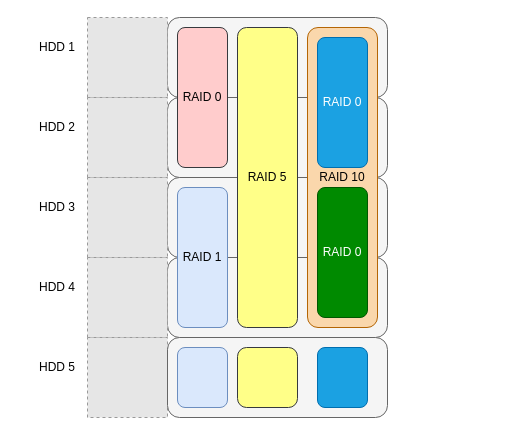
Above: lesson_02/.images/schema.drawio in che-a/otus-pro-linux-admin (draw.io), before the change. Source tidied: cells renumbered, new cells numbered last; positions are measured from the earlier drawing's top-left corner, leaving out a move shared by most shapes. Both pictures are drawn from the tidied source at 100%, with x=0, y=0 at pixel (17, 17). Pictures stored in the file or linked from it are replaced by grey dashed boxes.
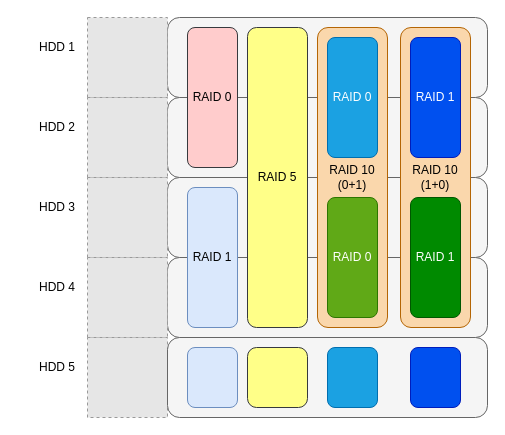
The same diagram, later.

Diff of the diagram source:
```diff
@@
     <mxCell id="2" style="rounded=1;whiteSpace=wrap;html=1;fillColor=#f5f5f5;strokeColor=#666666;fontColor=#333333;" parent="1" vertex="1">
-      <mxGeometry x="150" y="240" width="220" height="80" as="geometry" />
+      <mxGeometry x="150" y="240" width="320" height="80" as="geometry" />
     </mxCell>
     <mxCell id="3" style="rounded=1;whiteSpace=wrap;html=1;fillColor=#f5f5f5;strokeColor=#666666;fontColor=#333333;" parent="1" vertex="1">
-      <mxGeometry x="150" width="220" height="80" as="geometry" />
+      <mxGeometry x="150" width="320" height="80" as="geometry" />
     </mxCell>
     <mxCell id="4" style="rounded=1;whiteSpace=wrap;html=1;fillColor=#f5f5f5;strokeColor=#666666;fontColor=#333333;" parent="1" vertex="1">
-      <mxGeometry x="150" y="80" width="220" height="80" as="geometry" />
+      <mxGeometry x="150" y="80" width="320" height="80" as="geometry" />
     </mxCell>
     <mxCell id="5" style="rounded=1;whiteSpace=wrap;html=1;fillColor=#f5f5f5;strokeColor=#666666;fontColor=#333333;" parent="1" vertex="1">
-      <mxGeometry x="150" y="160" width="220" height="80" as="geometry" />
+      <mxGeometry x="150" y="160" width="320" height="80" as="geometry" />
     </mxCell>
-    <mxCell id="6" value="RAID 10" style="rounded=1;whiteSpace=wrap;html=1;fillColor=#fad7ac;strokeColor=#b46504;" parent="1" vertex="1">
-      <mxGeometry x="290" y="10" width="70" height="300" as="geometry" />
+    <mxCell id="6" value="RAID 10 (0+1)" style="rounded=1;whiteSpace=wrap;html=1;fillColor=#fad7ac;strokeColor=#b46504;" parent="1" vertex="1">
+      <mxGeometry x="300" y="10" width="70" height="300" as="geometry" />
     </mxCell>
@@
     <mxCell id="15" value="RAID 0" style="rounded=1;whiteSpace=wrap;html=1;fillColor=#ffcccc;strokeColor=#36393d;" parent="1" vertex="1">
-      <mxGeometry x="160" y="10" width="50" height="140" as="geometry" />
+      <mxGeometry x="170" y="10" width="50" height="140" as="geometry" />
     </mxCell>
     <mxCell id="16" value="RAID 1" style="rounded=1;whiteSpace=wrap;html=1;fillColor=#dae8fc;strokeColor=#6c8ebf;" parent="1" vertex="1">
-      <mxGeometry x="160" y="170" width="50" height="140" as="geometry" />
+      <mxGeometry x="170" y="170" width="50" height="140" as="geometry" />
     </mxCell>
     <mxCell id="17" value="RAID 5" style="rounded=1;whiteSpace=wrap;html=1;fillColor=#ffff88;strokeColor=#36393d;" parent="1" vertex="1">
-      <mxGeometry x="220" y="10" width="60" height="300" as="geometry" />
+      <mxGeometry x="230" y="10" width="60" height="300" as="geometry" />
     </mxCell>
@@
     <mxCell id="19" style="rounded=1;whiteSpace=wrap;html=1;fillColor=#f5f5f5;strokeColor=#666666;fontColor=#333333;" parent="1" vertex="1">
-      <mxGeometry x="150" y="320" width="220" height="80" as="geometry" />
+      <mxGeometry x="150" y="320" width="320" height="80" as="geometry" />
     </mxCell>
@@
     <mxCell id="21" style="rounded=1;whiteSpace=wrap;html=1;fillColor=#dae8fc;strokeColor=#6c8ebf;" parent="1" vertex="1">
-      <mxGeometry x="160" y="330" width="50" height="60" as="geometry" />
+      <mxGeometry x="170" y="330" width="50" height="60" as="geometry" />
     </mxCell>
     <mxCell id="22" style="rounded=1;whiteSpace=wrap;html=1;fillColor=#ffff88;strokeColor=#36393d;" parent="1" vertex="1">
-      <mxGeometry x="220" y="330" width="60" height="60" as="geometry" />
+      <mxGeometry x="230" y="330" width="60" height="60" as="geometry" />
     </mxCell>
     <mxCell id="23" value="RAID 0" style="rounded=1;whiteSpace=wrap;html=1;fillColor=#1ba1e2;strokeColor=#006EAF;fontColor=#ffffff;" parent="1" vertex="1">
-      <mxGeometry x="300" y="20" width="50" height="130" as="geometry" />
+      <mxGeometry x="310" y="20" width="50" height="120" as="geometry" />
     </mxCell>
-    <mxCell id="24" value="RAID 0" style="rounded=1;whiteSpace=wrap;html=1;fillColor=#008a00;strokeColor=#005700;fontColor=#ffffff;" parent="1" vertex="1">
-      <mxGeometry x="300" y="170" width="50" height="130" as="geometry" />
+    <mxCell id="24" value="RAID 0" style="rounded=1;whiteSpace=wrap;html=1;fillColor=#60a917;strokeColor=#2D7600;fontColor=#ffffff;" parent="1" vertex="1">
+      <mxGeometry x="310" y="180" width="50" height="120" as="geometry" />
     </mxCell>
     <mxCell id="25" style="rounded=1;whiteSpace=wrap;html=1;fillColor=#1ba1e2;strokeColor=#006EAF;fontColor=#ffffff;" parent="1" vertex="1">
-      <mxGeometry x="300" y="330" width="50" height="60" as="geometry" />
+      <mxGeometry x="310" y="330" width="50" height="60" as="geometry" />
     </mxCell>
+    <mxCell id="26" value="RAID 10 (1+0)" style="rounded=1;whiteSpace=wrap;html=1;fillColor=#fad7ac;strokeColor=#b46504;" parent="1" vertex="1">
+      <mxGeometry x="383" y="10" width="70" height="300" as="geometry" />
+    </mxCell>
+    <mxCell id="27" value="RAID 1" style="rounded=1;whiteSpace=wrap;html=1;fillColor=#008a00;strokeColor=#005700;fontColor=#ffffff;" parent="1" vertex="1">
+      <mxGeometry x="393" y="180" width="50" height="120" as="geometry" />
+    </mxCell>
+    <mxCell id="28" value="RAID 1" style="rounded=1;whiteSpace=wrap;html=1;fillColor=#0050ef;strokeColor=#001DBC;fontColor=#ffffff;" parent="1" vertex="1">
+      <mxGeometry x="393" y="20" width="50" height="120" as="geometry" />
+    </mxCell>
+    <mxCell id="29" style="rounded=1;whiteSpace=wrap;html=1;fillColor=#0050ef;strokeColor=#001DBC;fontColor=#ffffff;" parent="1" vertex="1">
+      <mxGeometry x="393" y="330" width="50" height="60" as="geometry" />
+    </mxCell>
```
